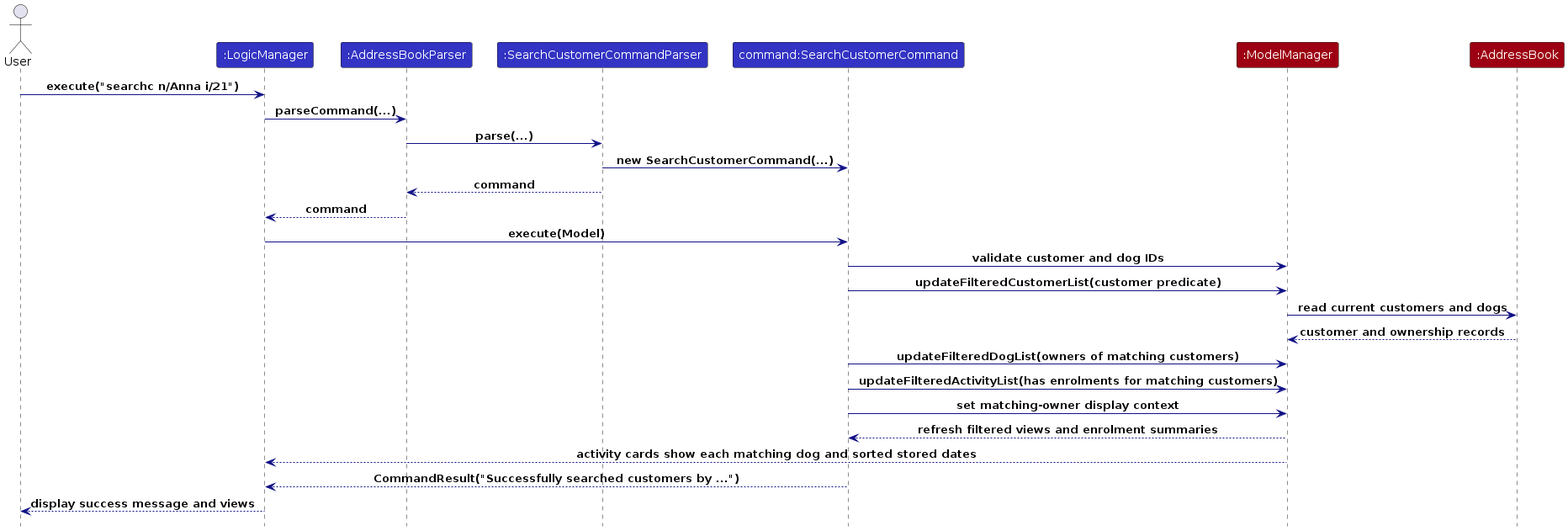
The PlantUML diagram diagrams/SearchCustomerSequenceDiagram.png in AY2627S1-CS2103T-T15-4/tp, before a commit. Its source is kept beside it as diagrams/SearchCustomerSequenceDiagram.puml.
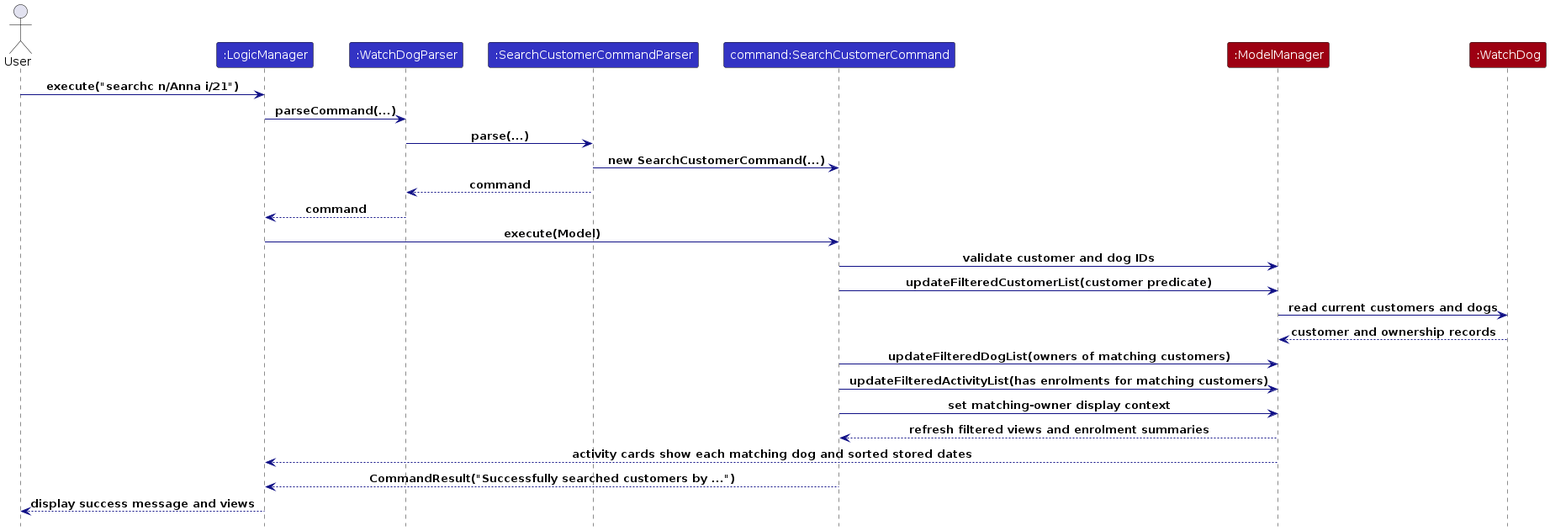
The same diagram one commit later.

Change to the diagram source:
```diff
@@ -4,11 +4,11 @@
 
 actor User
 participant ":LogicManager" as Logic LOGIC_COLOR
-participant ":AddressBookParser" as Router LOGIC_COLOR
+participant ":WatchDogParser" as Router LOGIC_COLOR
 participant ":SearchCustomerCommandParser" as Parser LOGIC_COLOR
 participant "command:SearchCustomerCommand" as Command LOGIC_COLOR
 participant ":ModelManager" as Model MODEL_COLOR
-participant ":AddressBook" as Book MODEL_COLOR
+participant ":WatchDog" as Book MODEL_COLOR
 
 User -> Logic : execute("searchc n/Anna i/21")
 Logic -> Router : parseCommand(...)
```
